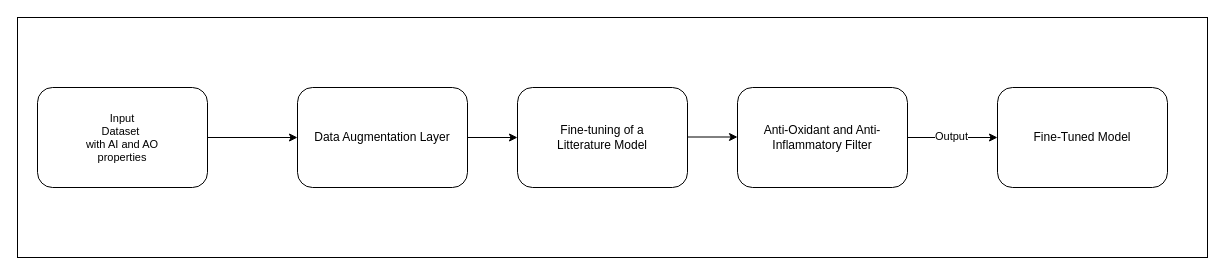
Earlier version of the draw.io diagram Untitled Diagram.drawio (qvelard/BiomolGeneration). Source tidied: cells renumbered, new cells numbered last; positions are measured from the earlier drawing's top-left corner, leaving out a move shared by most shapes. Both pictures are drawn from the tidied source at 100%, with x=0, y=0 at pixel (17, 17).
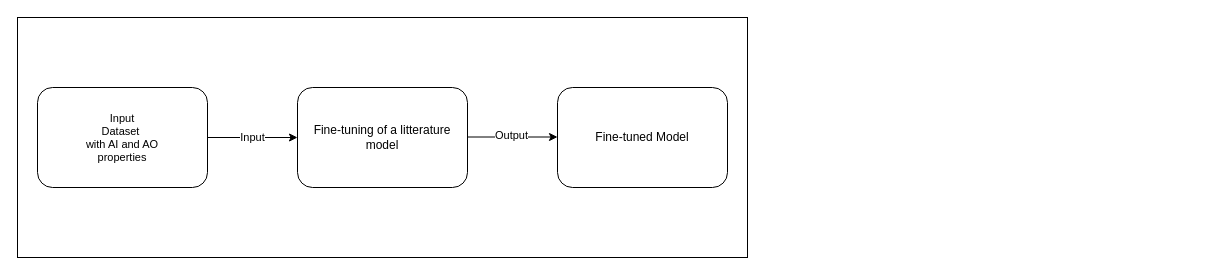
Above is the later version.

Change to the diagram source:
```diff
@@
 <mxGraphModel>
   <root>
     <mxCell id="0" />
     <mxCell id="1" parent="0" />
     <mxCell id="2" value="&lt;br&gt;&lt;br&gt;&lt;div&gt;&lt;br/&gt;&lt;/div&gt;" style="rounded=0;whiteSpace=wrap;html=1;shadow=0;" parent="1" vertex="1">
-      <mxGeometry width="1190" height="240" as="geometry" />
+      <mxGeometry width="730" height="240" as="geometry" />
     </mxCell>
-    <mxCell id="3" value="&lt;div&gt;Fine-tuning of a&lt;/div&gt;Litterature Model" style="rounded=1;whiteSpace=wrap;html=1;fontSize=12;glass=0;strokeWidth=1;shadow=0;" parent="1" vertex="1">
-      <mxGeometry x="500" y="70" width="170" height="100" as="geometry" />
-    </mxCell>
-    <mxCell id="4" style="edgeStyle=orthogonalEdgeStyle;rounded=0;jettySize=auto;html=1;exitX=1;exitY=0.5;exitDx=0;exitDy=0;entryX=0;entryY=0.5;entryDx=0;entryDy=0;" parent="1" edge="1" source="5" target="3">
-      <mxGeometry relative="1" as="geometry" />
-    </mxCell>
-    <mxCell id="5" value="Data Augmentation Layer" style="rounded=1;whiteSpace=wrap;html=1;fontSize=12;glass=0;strokeWidth=1;shadow=0;" parent="1" vertex="1">
-      <mxGeometry x="280" y="70" width="170" height="100" as="geometry" />
-    </mxCell>
-    <mxCell id="6" style="edgeStyle=orthogonalEdgeStyle;rounded=0;jettySize=auto;html=1;exitX=1;exitY=0.5;exitDx=0;exitDy=0;" parent="1" edge="1" source="8">
+    <mxCell id="6" style="edgeStyle=orthogonalEdgeStyle;rounded=0;orthogonalLoop=1;jettySize=auto;html=1;exitX=1;exitY=0.5;exitDx=0;exitDy=0;" parent="1" edge="1">
       <mxGeometry relative="1" as="geometry">
-        <mxPoint x="980" y="120" as="targetPoint" />
+        <mxPoint x="450" y="119.5" as="sourcePoint" />
+        <mxPoint x="540" y="119.5" as="targetPoint" />
       </mxGeometry>
     </mxCell>
     <mxCell id="7" value="Output" style="edgeLabel;html=1;align=center;verticalAlign=middle;" parent="6" vertex="1">
       <mxGeometry x="-0.05" y="2" relative="1" as="geometry" />
     </mxCell>
-    <mxCell id="8" value="Anti-Oxidant and Anti-Inflammatory Filter" style="rounded=1;whiteSpace=wrap;html=1;fontSize=12;glass=0;strokeWidth=1;shadow=0;" parent="1" vertex="1">
-      <mxGeometry x="720" y="70" width="170" height="100" as="geometry" />
-    </mxCell>
-    <mxCell id="9" style="endArrow=classic;html=1;rounded=0;exitX=1;exitY=0.5;exitDx=0;exitDy=0;entryX=0;entryY=0.5;entryDx=0;entryDy=0;" parent="1" edge="1">
-      <mxGeometry relative="1" as="geometry">
-        <mxPoint x="670" y="119.5" as="sourcePoint" />
-        <mxPoint x="720" y="119.5" as="targetPoint" />
-      </mxGeometry>
-    </mxCell>
-    <mxCell id="10" value="Fine-Tuned Model" style="rounded=1;whiteSpace=wrap;html=1;fontSize=12;glass=0;strokeWidth=1;shadow=0;" parent="1" vertex="1">
-      <mxGeometry x="980" y="70" width="170" height="100" as="geometry" />
+    <mxCell id="10" value="Fine-tuning of a litterature model" style="rounded=1;whiteSpace=wrap;html=1;fontSize=12;glass=0;strokeWidth=1;shadow=0;" parent="1" vertex="1">
+      <mxGeometry x="280" y="70" width="170" height="100" as="geometry" />
     </mxCell>
-    <mxCell id="11" style="endArrow=classic;html=1;rounded=0;entryX=0;entryY=0.5;entryDx=0;entryDy=0;" parent="1" edge="1" target="5">
+    <mxCell id="11" style="endArrow=classic;html=1;rounded=0;entryX=0;entryY=0.5;entryDx=0;entryDy=0;" parent="1" edge="1">
       <mxGeometry relative="1" as="geometry">
         <mxPoint x="190" y="120" as="sourcePoint" />
+        <mxPoint x="280" y="120" as="targetPoint" />
       </mxGeometry>
     </mxCell>
+    <mxCell id="13" value="Input" style="edgeLabel;html=1;align=center;verticalAlign=middle;" parent="11" vertex="1">
+      <mxGeometry x="-0.02" y="1" relative="1" as="geometry" />
+    </mxCell>
     <mxCell id="12" value="&lt;span style=&quot;text-wrap-mode: nowrap; font-size: 11px; background-color: rgb(255, 255, 255);&quot;&gt;Input&lt;/span&gt;&lt;div style=&quot;text-wrap-mode: nowrap; font-size: 11px;&quot;&gt;Dataset&amp;nbsp;&lt;/div&gt;&lt;div style=&quot;text-wrap-mode: nowrap; font-size: 11px;&quot;&gt;with AI and AO&lt;/div&gt;&lt;div style=&quot;text-wrap-mode: nowrap; font-size: 11px;&quot;&gt;properties&lt;/div&gt;" style="rounded=1;whiteSpace=wrap;html=1;fontSize=12;glass=0;strokeWidth=1;shadow=0;" parent="1" vertex="1">
       <mxGeometry x="20" y="70" width="170" height="100" as="geometry" />
     </mxCell>
+    <mxCell id="14" value="Fine-tuned Model" style="rounded=1;whiteSpace=wrap;html=1;fontSize=12;glass=0;strokeWidth=1;shadow=0;" parent="1" vertex="1">
+      <mxGeometry x="540" y="70" width="170" height="100" as="geometry" />
+    </mxCell>
   </root>
 </mxGraphModel>
```
